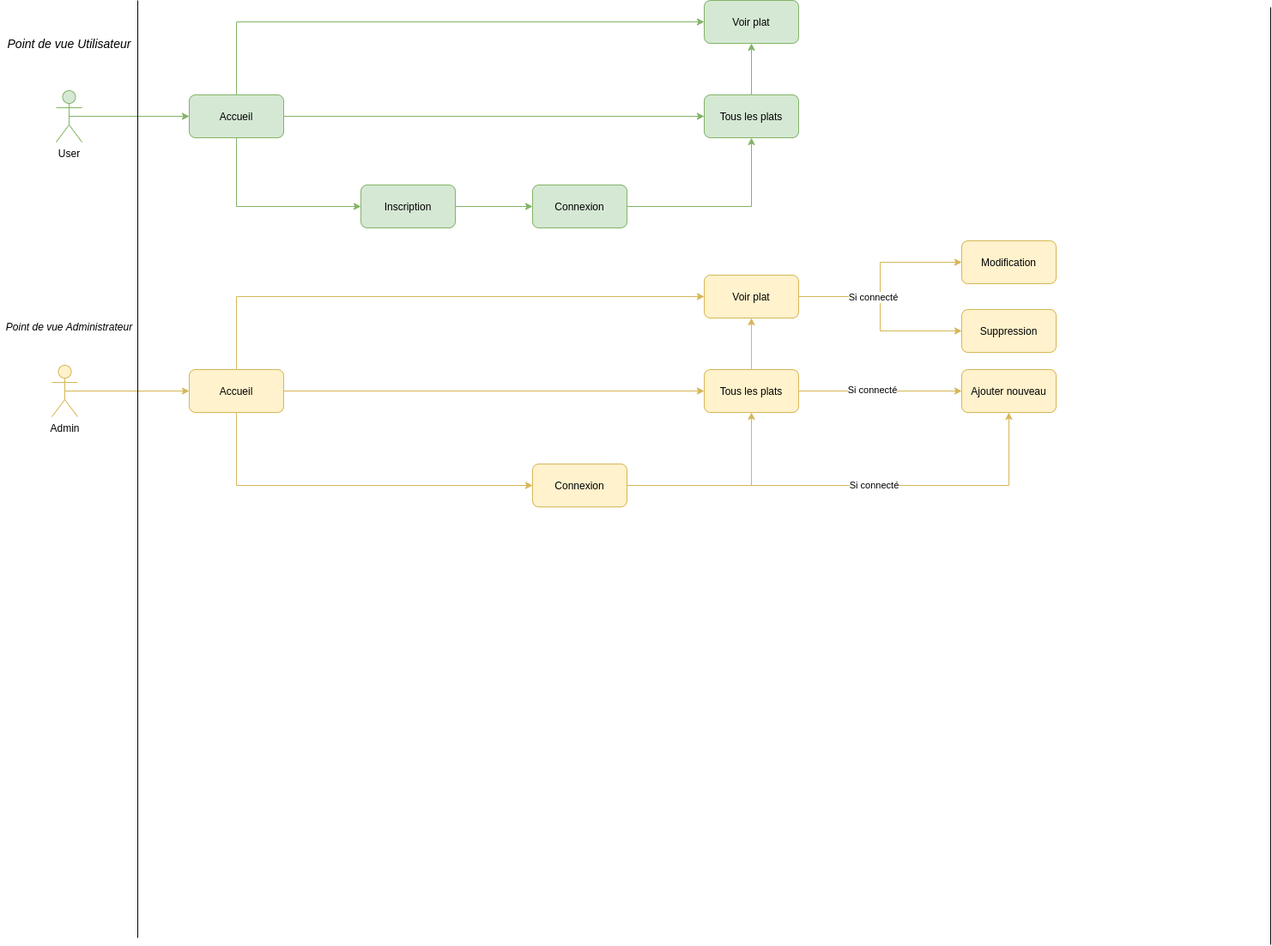
The draw.io diagram Diag_UseCase_Tricatel.png in Fromont-L/APIGRDFEnergieConseils, before a commit. Source tidied: cells renumbered, new cells last; positions are measured from the earlier drawing's top-left corner, leaving out a move shared by most shapes.
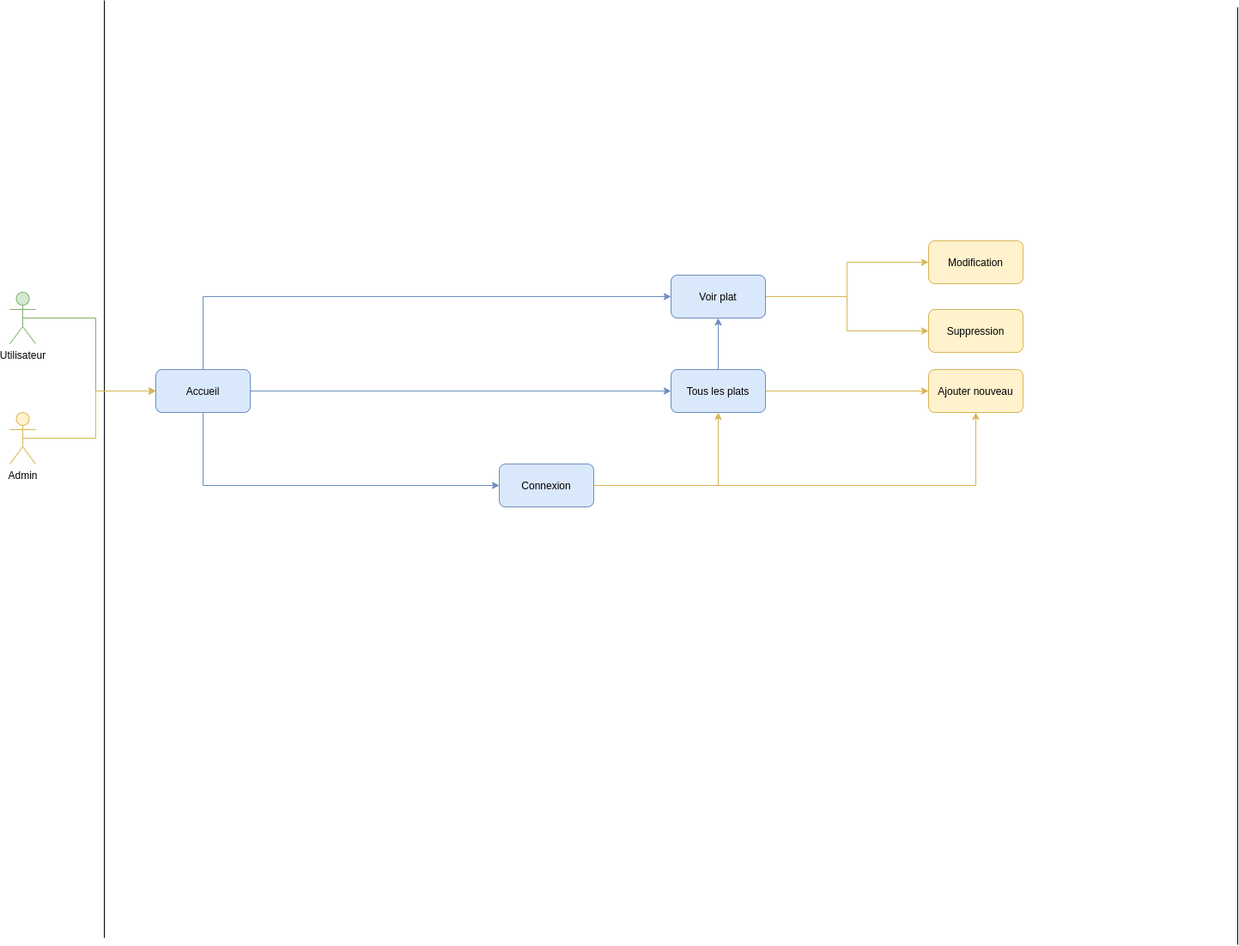
After the change.

Change to the diagram source:
```diff
@@ -2,17 +2,8 @@
   <root>
     <mxCell id="0" />
     <mxCell id="1" parent="0" />
-    <mxCell id="2" style="edgeStyle=orthogonalEdgeStyle;rounded=0;jettySize=auto;html=1;exitX=0.5;exitY=0.5;exitDx=0;exitDy=0;exitPerimeter=0;entryX=0;entryY=0.5;entryDx=0;entryDy=0;fillColor=#d5e8d4;strokeColor=#82b366;" parent="1" edge="1" source="3" target="11">
-      <mxGeometry relative="1" as="geometry" />
-    </mxCell>
-    <mxCell id="3" value="User" style="shape=umlActor;verticalLabelPosition=bottom;verticalAlign=top;html=1;outlineConnect=0;fillColor=#d5e8d4;strokeColor=#82b366;" parent="1" vertex="1">
-      <mxGeometry x="65" y="105" width="30" height="60" as="geometry" />
-    </mxCell>
-    <mxCell id="4" style="edgeStyle=orthogonalEdgeStyle;rounded=0;jettySize=auto;html=1;exitX=0.5;exitY=0.5;exitDx=0;exitDy=0;exitPerimeter=0;entryX=0;entryY=0.5;entryDx=0;entryDy=0;fillColor=#fff2cc;strokeColor=#d6b656;" parent="1" edge="1" source="5" target="37">
-      <mxGeometry relative="1" as="geometry" />
-    </mxCell>
     <mxCell id="5" value="Admin" style="shape=umlActor;verticalLabelPosition=bottom;verticalAlign=top;html=1;outlineConnect=0;fillColor=#fff2cc;strokeColor=#d6b656;" parent="1" vertex="1">
-      <mxGeometry x="60" y="425" width="30" height="60" as="geometry" />
+      <mxGeometry x="50" y="480" width="30" height="60" as="geometry" />
     </mxCell>
     <mxCell id="6" style="endArrow=none;html=1;" parent="1" edge="1">
       <mxGeometry relative="1" as="geometry">
@@ -26,48 +17,13 @@
         <mxPoint x="1480" y="8" as="targetPoint" />
       </mxGeometry>
     </mxCell>
-    <mxCell id="8" style="edgeStyle=orthogonalEdgeStyle;rounded=0;jettySize=auto;html=1;exitX=1;exitY=0.5;exitDx=0;exitDy=0;entryX=0;entryY=0.5;entryDx=0;entryDy=0;fillColor=#d5e8d4;strokeColor=#82b366;" parent="1" edge="1" source="11" target="13">
-      <mxGeometry relative="1" as="geometry" />
-    </mxCell>
-    <mxCell id="9" style="edgeStyle=orthogonalEdgeStyle;rounded=0;jettySize=auto;html=1;exitX=0.5;exitY=1;exitDx=0;exitDy=0;entryX=0;entryY=0.5;entryDx=0;entryDy=0;fillColor=#d5e8d4;strokeColor=#82b366;" parent="1" edge="1" source="11" target="15">
-      <mxGeometry relative="1" as="geometry" />
-    </mxCell>
-    <mxCell id="10" style="edgeStyle=orthogonalEdgeStyle;rounded=0;jettySize=auto;html=1;exitX=0.5;exitY=0;exitDx=0;exitDy=0;entryX=0;entryY=0.5;entryDx=0;entryDy=0;fillColor=#d5e8d4;strokeColor=#82b366;" parent="1" edge="1" source="11" target="32">
-      <mxGeometry relative="1" as="geometry" />
-    </mxCell>
-    <mxCell id="11" value="Accueil" style="rounded=1;whiteSpace=wrap;html=1;fillColor=#d5e8d4;strokeColor=#82b366;" parent="1" vertex="1">
-      <mxGeometry x="220" y="110" width="110" height="50" as="geometry" />
-    </mxCell>
-    <mxCell id="12" style="edgeStyle=orthogonalEdgeStyle;rounded=0;jettySize=auto;html=1;exitX=0.5;exitY=0;exitDx=0;exitDy=0;entryX=0.5;entryY=1;entryDx=0;entryDy=0;fillColor=#d5e8d4;strokeColor=#82b366;" parent="1" edge="1" source="13" target="32">
-      <mxGeometry relative="1" as="geometry" />
-    </mxCell>
-    <mxCell id="13" value="Tous les plats" style="rounded=1;whiteSpace=wrap;html=1;fillColor=#d5e8d4;strokeColor=#82b366;" parent="1" vertex="1">
-      <mxGeometry x="820" y="110" width="110" height="50" as="geometry" />
-    </mxCell>
-    <mxCell id="14" style="edgeStyle=orthogonalEdgeStyle;rounded=0;jettySize=auto;html=1;exitX=1;exitY=0.5;exitDx=0;exitDy=0;entryX=0;entryY=0.5;entryDx=0;entryDy=0;fillColor=#d5e8d4;strokeColor=#82b366;" parent="1" edge="1" source="15" target="17">
-      <mxGeometry relative="1" as="geometry" />
-    </mxCell>
-    <mxCell id="15" value="Inscription" style="rounded=1;whiteSpace=wrap;html=1;fillColor=#d5e8d4;strokeColor=#82b366;" parent="1" vertex="1">
-      <mxGeometry x="420" y="215" width="110" height="50" as="geometry" />
-    </mxCell>
-    <mxCell id="16" style="edgeStyle=orthogonalEdgeStyle;rounded=0;jettySize=auto;html=1;exitX=1;exitY=0.5;exitDx=0;exitDy=0;entryX=0.5;entryY=1;entryDx=0;entryDy=0;fillColor=#d5e8d4;strokeColor=#82b366;" parent="1" edge="1" source="17" target="13">
-      <mxGeometry relative="1" as="geometry" />
-    </mxCell>
-    <mxCell id="17" value="Connexion" style="rounded=1;whiteSpace=wrap;html=1;fillColor=#d5e8d4;strokeColor=#82b366;" parent="1" vertex="1">
-      <mxGeometry x="620" y="215" width="110" height="50" as="geometry" />
-    </mxCell>
-    <mxCell id="18" style="edgeStyle=orthogonalEdgeStyle;rounded=0;jettySize=auto;html=1;exitX=0.5;exitY=0;exitDx=0;exitDy=0;entryX=0.5;entryY=1;entryDx=0;entryDy=0;fillColor=#fff2cc;strokeColor=#d6b656;" parent="1" edge="1" source="21" target="31">
+    <mxCell id="18" style="edgeStyle=orthogonalEdgeStyle;rounded=0;jettySize=auto;html=1;exitX=0.5;exitY=0;exitDx=0;exitDy=0;entryX=0.5;entryY=1;entryDx=0;entryDy=0;fillColor=#dae8fc;strokeColor=#6c8ebf;" parent="1" edge="1" source="21" target="31">
       <mxGeometry relative="1" as="geometry" />
     </mxCell>
     <mxCell id="19" style="edgeStyle=orthogonalEdgeStyle;rounded=0;jettySize=auto;html=1;exitX=1;exitY=0.5;exitDx=0;exitDy=0;entryX=0;entryY=0.5;entryDx=0;entryDy=0;fillColor=#fff2cc;strokeColor=#d6b656;" parent="1" edge="1" source="21" target="39">
       <mxGeometry relative="1" as="geometry" />
     </mxCell>
-    <mxCell id="20" value="Si connecté" style="edgeLabel;html=1;align=center;verticalAlign=middle;" parent="19" vertex="1">
-      <mxGeometry x="-0.11" y="3" relative="1" as="geometry">
-        <mxPoint y="1" as="offset" />
-      </mxGeometry>
-    </mxCell>
-    <mxCell id="21" value="Tous les plats" style="rounded=1;whiteSpace=wrap;html=1;fillColor=#fff2cc;strokeColor=#d6b656;" parent="1" vertex="1">
+    <mxCell id="21" value="Tous les plats" style="rounded=1;whiteSpace=wrap;html=1;fillColor=#dae8fc;strokeColor=#6c8ebf;" parent="1" vertex="1">
       <mxGeometry x="820" y="430" width="110" height="50" as="geometry" />
     </mxCell>
     <mxCell id="22" value="Modification" style="rounded=1;whiteSpace=wrap;html=1;fillColor=#fff2cc;strokeColor=#d6b656;" parent="1" vertex="1">
@@ -82,12 +38,7 @@
     <mxCell id="25" style="edgeStyle=orthogonalEdgeStyle;rounded=0;jettySize=auto;html=1;exitX=1;exitY=0.5;exitDx=0;exitDy=0;entryX=0.5;entryY=1;entryDx=0;entryDy=0;fillColor=#fff2cc;strokeColor=#d6b656;" parent="1" edge="1" source="27" target="39">
       <mxGeometry relative="1" as="geometry" />
     </mxCell>
-    <mxCell id="26" value="Si connecté" style="edgeLabel;html=1;align=center;verticalAlign=middle;" parent="25" vertex="1">
-      <mxGeometry x="0.04" y="2" relative="1" as="geometry">
-        <mxPoint x="12" y="1" as="offset" />
-      </mxGeometry>
-    </mxCell>
-    <mxCell id="27" value="Connexion" style="rounded=1;whiteSpace=wrap;html=1;fillColor=#fff2cc;strokeColor=#d6b656;" parent="1" vertex="1">
+    <mxCell id="27" value="Connexion" style="rounded=1;whiteSpace=wrap;html=1;fillColor=#dae8fc;strokeColor=#6c8ebf;" parent="1" vertex="1">
       <mxGeometry x="620" y="540" width="110" height="50" as="geometry" />
     </mxCell>
     <mxCell id="28" style="edgeStyle=orthogonalEdgeStyle;rounded=0;jettySize=auto;html=1;exitX=1;exitY=0.5;exitDx=0;exitDy=0;entryX=0;entryY=0.5;entryDx=0;entryDy=0;fillColor=#fff2cc;strokeColor=#d6b656;" parent="1" edge="1" source="31" target="22">
@@ -96,35 +47,32 @@
     <mxCell id="29" style="edgeStyle=orthogonalEdgeStyle;rounded=0;jettySize=auto;html=1;exitX=1;exitY=0.5;exitDx=0;exitDy=0;entryX=0;entryY=0.5;entryDx=0;entryDy=0;fillColor=#fff2cc;strokeColor=#d6b656;" parent="1" edge="1" source="31" target="23">
       <mxGeometry relative="1" as="geometry" />
     </mxCell>
-    <mxCell id="30" value="Si connecté" style="edgeLabel;html=1;align=center;verticalAlign=middle;" parent="29" vertex="1">
-      <mxGeometry x="-0.25" relative="1" as="geometry" />
-    </mxCell>
-    <mxCell id="31" value="Voir plat" style="rounded=1;whiteSpace=wrap;html=1;fillColor=#fff2cc;strokeColor=#d6b656;" parent="1" vertex="1">
+    <mxCell id="31" value="Voir plat" style="rounded=1;whiteSpace=wrap;html=1;fillColor=#dae8fc;strokeColor=#6c8ebf;" parent="1" vertex="1">
       <mxGeometry x="820" y="320" width="110" height="50" as="geometry" />
     </mxCell>
-    <mxCell id="32" value="Voir plat" style="rounded=1;whiteSpace=wrap;html=1;fillColor=#d5e8d4;strokeColor=#82b366;" parent="1" vertex="1">
-      <mxGeometry x="820" width="110" height="50" as="geometry" />
-    </mxCell>
-    <mxCell id="33" value="&lt;i&gt;&lt;font style=&quot;font-size: 14px&quot;&gt;Point de vue Utilisateur&lt;/font&gt;&lt;/i&gt;" style="text;html=1;align=center;verticalAlign=middle;" parent="1" vertex="1">
-      <mxGeometry y="40" width="160" height="20" as="geometry" />
-    </mxCell>
-    <mxCell id="34" style="edgeStyle=orthogonalEdgeStyle;rounded=0;jettySize=auto;html=1;exitX=1;exitY=0.5;exitDx=0;exitDy=0;entryX=0;entryY=0.5;entryDx=0;entryDy=0;fillColor=#fff2cc;strokeColor=#d6b656;" parent="1" edge="1" source="37" target="21">
+    <mxCell id="34" style="edgeStyle=orthogonalEdgeStyle;rounded=0;jettySize=auto;html=1;exitX=1;exitY=0.5;exitDx=0;exitDy=0;entryX=0;entryY=0.5;entryDx=0;entryDy=0;fillColor=#dae8fc;strokeColor=#6c8ebf;" parent="1" edge="1" source="37" target="21">
       <mxGeometry relative="1" as="geometry" />
     </mxCell>
-    <mxCell id="35" style="edgeStyle=orthogonalEdgeStyle;rounded=0;jettySize=auto;html=1;exitX=0.5;exitY=0;exitDx=0;exitDy=0;entryX=0;entryY=0.5;entryDx=0;entryDy=0;fillColor=#fff2cc;strokeColor=#d6b656;" parent="1" edge="1" source="37" target="31">
+    <mxCell id="35" style="edgeStyle=orthogonalEdgeStyle;rounded=0;jettySize=auto;html=1;exitX=0.5;exitY=0;exitDx=0;exitDy=0;entryX=0;entryY=0.5;entryDx=0;entryDy=0;fillColor=#dae8fc;strokeColor=#6c8ebf;" parent="1" edge="1" source="37" target="31">
       <mxGeometry relative="1" as="geometry" />
     </mxCell>
-    <mxCell id="36" style="edgeStyle=orthogonalEdgeStyle;rounded=0;jettySize=auto;html=1;exitX=0.5;exitY=1;exitDx=0;exitDy=0;entryX=0;entryY=0.5;entryDx=0;entryDy=0;fillColor=#fff2cc;strokeColor=#d6b656;" parent="1" edge="1" source="37" target="27">
+    <mxCell id="36" style="edgeStyle=orthogonalEdgeStyle;rounded=0;jettySize=auto;html=1;exitX=0.5;exitY=1;exitDx=0;exitDy=0;entryX=0;entryY=0.5;entryDx=0;entryDy=0;fillColor=#dae8fc;strokeColor=#6c8ebf;" parent="1" edge="1" source="37" target="27">
       <mxGeometry relative="1" as="geometry" />
     </mxCell>
-    <mxCell id="37" value="Accueil" style="rounded=1;whiteSpace=wrap;html=1;fillColor=#fff2cc;strokeColor=#d6b656;" parent="1" vertex="1">
+    <mxCell id="37" value="Accueil" style="rounded=1;whiteSpace=wrap;html=1;fillColor=#dae8fc;strokeColor=#6c8ebf;" parent="1" vertex="1">
       <mxGeometry x="220" y="430" width="110" height="50" as="geometry" />
     </mxCell>
-    <mxCell id="38" value="&lt;i&gt;&lt;font style=&quot;font-size: 12px&quot;&gt;Point de vue Administrateur&lt;/font&gt;&lt;/i&gt;" style="text;html=1;align=center;verticalAlign=middle;" parent="1" vertex="1">
-      <mxGeometry y="370" width="160" height="20" as="geometry" />
-    </mxCell>
     <mxCell id="39" value="Ajouter nouveau" style="rounded=1;whiteSpace=wrap;html=1;fillColor=#fff2cc;strokeColor=#d6b656;" parent="1" vertex="1">
       <mxGeometry x="1120" y="430" width="110" height="50" as="geometry" />
     </mxCell>
+    <mxCell id="40" style="edgeStyle=orthogonalEdgeStyle;rounded=0;jettySize=auto;html=1;exitX=0.5;exitY=0.5;exitDx=0;exitDy=0;exitPerimeter=0;entryX=0;entryY=0.5;entryDx=0;entryDy=0;fillColor=#d5e8d4;strokeColor=#82b366;" parent="1" edge="1" source="41" target="37">
+      <mxGeometry relative="1" as="geometry" />
+    </mxCell>
+    <mxCell id="41" value="Utilisateur" style="shape=umlActor;verticalLabelPosition=bottom;verticalAlign=top;html=1;outlineConnect=0;fillColor=#d5e8d4;strokeColor=#82b366;" parent="1" vertex="1">
+      <mxGeometry x="50" y="340" width="30" height="60" as="geometry" />
+    </mxCell>
+    <mxCell id="4" style="edgeStyle=orthogonalEdgeStyle;rounded=0;jettySize=auto;html=1;exitX=0.5;exitY=0.5;exitDx=0;exitDy=0;exitPerimeter=0;entryX=0;entryY=0.5;entryDx=0;entryDy=0;fillColor=#fff2cc;strokeColor=#d6b656;" parent="1" edge="1" source="5" target="37">
+      <mxGeometry relative="1" as="geometry" />
+    </mxCell>
   </root>
 </mxGraphModel>
```
